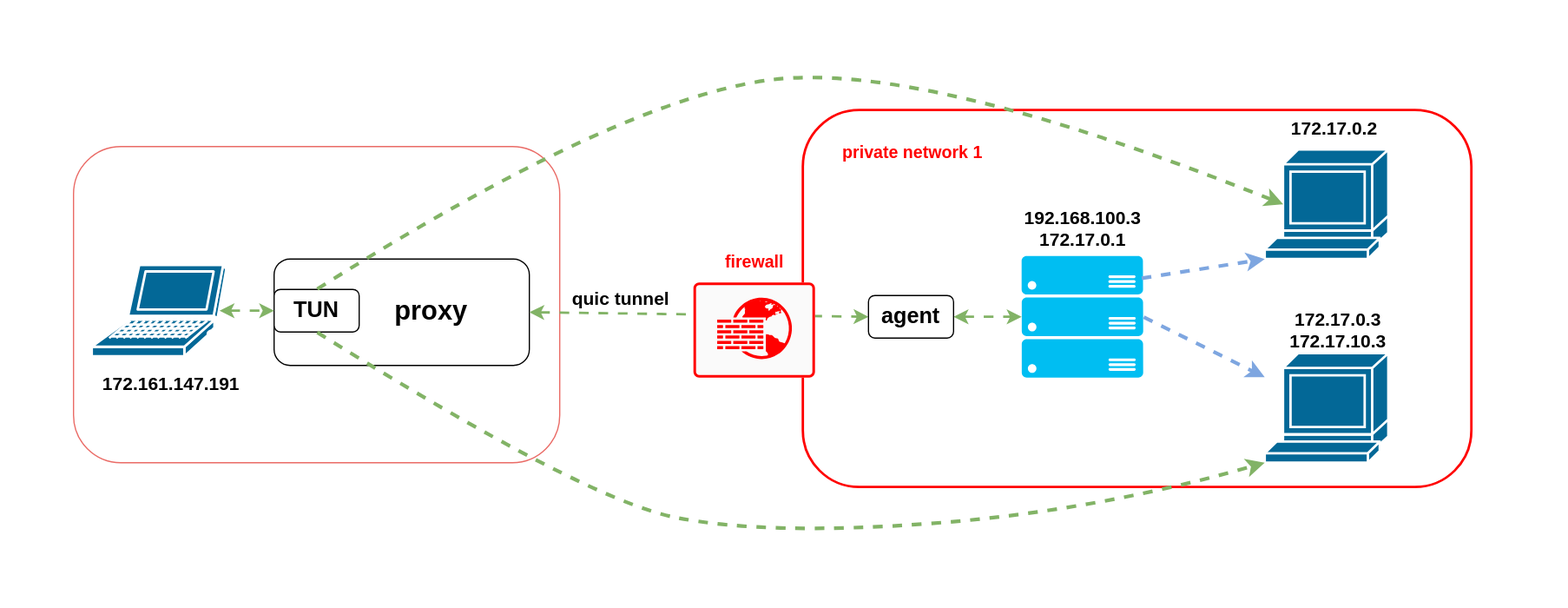
Earlier version of the draw.io export doc/diagram.svg (fr13n8/raido). Source tidied: cells renumbered, new cells last; positions are measured from the earlier drawing's top-left corner, leaving out a move shared by most shapes.
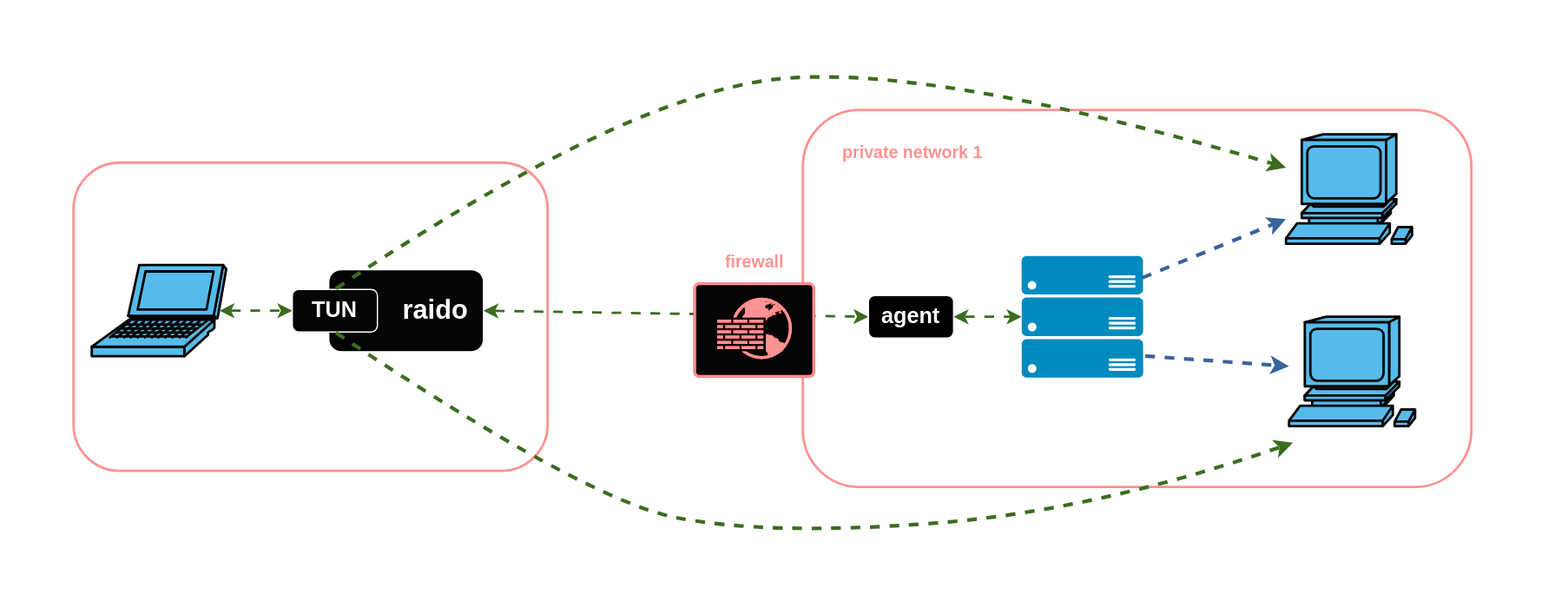
The same file after the commit.

Change to the diagram source:
```diff
@@ -5,8 +5,8 @@
     <mxCell id="2" style="rounded=1;whiteSpace=wrap;html=1;fillColor=none;strokeColor=none;" parent="1" vertex="1">
       <mxGeometry width="1290" height="500" as="geometry" />
     </mxCell>
-    <mxCell id="3" style="rounded=1;whiteSpace=wrap;html=1;fillColor=none;strokeColor=#EA6B66;" parent="1" vertex="1">
-      <mxGeometry x="60" y="120" width="400" height="260" as="geometry" />
+    <mxCell id="3" style="rounded=1;whiteSpace=wrap;html=1;fillColor=none;strokeColor=#FF0000;strokeWidth=2;" parent="1" vertex="1">
+      <mxGeometry x="60" y="133.2" width="390" height="253.5" as="geometry" />
     </mxCell>
     <mxCell id="4" style="rounded=1;whiteSpace=wrap;html=1;fillColor=none;strokeColor=#ff0000;strokeWidth=2;" parent="1" vertex="1">
       <mxGeometry x="660" y="90" width="550" height="310" as="geometry" />
@@ -14,79 +14,79 @@
     <mxCell id="5" style="shape=mxgraph.cisco.computers_and_peripherals.laptop;html=1;dashed=0;fillColor=#036897;strokeColor=#ffffff;strokeWidth=2;verticalLabelPosition=bottom;verticalAlign=top;align=center;outlineConnect=0;" parent="1" vertex="1">
       <mxGeometry x="75" y="217.5" width="110.7" height="75" as="geometry" />
     </mxCell>
-    <mxCell id="6" style="shape=mxgraph.cisco.computers_and_peripherals.terminal;html=1;dashed=0;fillColor=#036897;strokeColor=#ffffff;strokeWidth=2;verticalLabelPosition=bottom;verticalAlign=top;align=center;outlineConnect=0;" parent="1" vertex="1">
-      <mxGeometry x="1040" y="122.5" width="101.7" height="90" as="geometry" />
+    <mxCell id="6" style="verticalLabelPosition=bottom;html=1;verticalAlign=top;align=center;strokeColor=none;fillColor=#00BEF2;shape=mxgraph.azure.server_rack;" parent="1" vertex="1">
+      <mxGeometry x="840" y="210" width="100" height="100" as="geometry" />
     </mxCell>
-    <mxCell id="7" style="verticalLabelPosition=bottom;html=1;verticalAlign=top;align=center;strokeColor=none;fillColor=#00BEF2;shape=mxgraph.azure.server_rack;" parent="1" vertex="1">
-      <mxGeometry x="840" y="210" width="100" height="100" as="geometry" />
+    <mxCell id="7" style="endArrow=classic;startArrow=classic;html=1;rounded=0;entryX=0;entryY=0.5;entryDx=0;entryDy=0;entryPerimeter=0;flowAnimation=1;strokeWidth=2;fillColor=#d5e8d4;strokeColor=#82b366;exitX=1;exitY=0.5;exitDx=0;exitDy=0;" parent="1" edge="1" source="20" target="6">
+      <mxGeometry relative="1" as="geometry" />
     </mxCell>
-    <mxCell id="8" style="endArrow=classic;startArrow=classic;html=1;rounded=0;entryX=0;entryY=0.5;entryDx=0;entryDy=0;entryPerimeter=0;flowAnimation=1;strokeWidth=2;fillColor=#d5e8d4;strokeColor=#82b366;exitX=1;exitY=0.5;exitDx=0;exitDy=0;" parent="1" edge="1" source="22" target="7">
-      <mxGeometry relative="1" as="geometry" />
+    <mxCell id="8" value="&lt;b&gt;&lt;font style=&quot;font-size: 15px;&quot;&gt;quic tunnel&lt;/font&gt;&lt;/b&gt;" style="text;html=1;align=center;verticalAlign=middle;strokeColor=none;fillColor=none;" parent="1" vertex="1">
+      <mxGeometry x="460" y="230" width="100" height="30" as="geometry" />
     </mxCell>
-    <mxCell id="9" style="shape=mxgraph.cisco.computers_and_peripherals.terminal;html=1;dashed=0;fillColor=#036897;strokeColor=#ffffff;strokeWidth=2;verticalLabelPosition=bottom;verticalAlign=top;align=center;outlineConnect=0;" parent="1" vertex="1">
-      <mxGeometry x="1040" y="290" width="101.7" height="90" as="geometry" />
+    <mxCell id="9" value="&lt;span style=&quot;font-size: 22px;&quot;&gt;&lt;b&gt;&lt;span style=&quot;white-space: pre;&quot;&gt;&#9;&lt;/span&gt;raido&lt;/b&gt;&lt;/span&gt;" style="rounded=1;whiteSpace=wrap;html=1;fillColor=#FAFAFA;" parent="1" vertex="1">
+      <mxGeometry x="270" y="221.2" width="127.3" height="67.5" as="geometry" />
     </mxCell>
-    <mxCell id="10" value="&lt;b&gt;&lt;font style=&quot;font-size: 15px;&quot;&gt;quic tunnel&lt;/font&gt;&lt;/b&gt;" style="text;html=1;align=center;verticalAlign=middle;points=[];strokeColor=none;fillColor=none;" parent="1" vertex="1">
-      <mxGeometry x="460" y="230" width="100" height="30" as="geometry" />
+    <mxCell id="10" value="&lt;b&gt;&lt;font style=&quot;font-size: 18px;&quot;&gt;TUN&lt;/font&gt;&lt;/b&gt;" style="rounded=1;whiteSpace=wrap;html=1;fillColor=#FAFAFA;" parent="1" vertex="1">
+      <mxGeometry x="240" y="237.5" width="70" height="35" as="geometry" />
     </mxCell>
-    <mxCell id="11" value="&lt;b&gt;&lt;font style=&quot;font-size: 22px;&quot;&gt;&lt;span style=&quot;white-space: pre;&quot;&gt;&#9;&lt;/span&gt;proxy&lt;/font&gt;&lt;/b&gt;" style="rounded=1;whiteSpace=wrap;html=1;" parent="1" vertex="1">
-      <mxGeometry x="225" y="212.5" width="210" height="87.5" as="geometry" />
+    <mxCell id="11" style="endArrow=classic;startArrow=classic;html=1;rounded=0;entryX=0;entryY=0.5;entryDx=0;entryDy=0;flowAnimation=1;strokeWidth=2;fillColor=#d5e8d4;strokeColor=#82b366;exitX=0.95;exitY=0.5;exitDx=0;exitDy=0;exitPerimeter=0;" parent="1" edge="1" source="5" target="10">
+      <mxGeometry relative="1" as="geometry" />
     </mxCell>
-    <mxCell id="12" value="&lt;b&gt;&lt;font style=&quot;font-size: 18px;&quot;&gt;TUN&lt;/font&gt;&lt;/b&gt;" style="rounded=1;whiteSpace=wrap;html=1;" parent="1" vertex="1">
-      <mxGeometry x="225" y="237.5" width="70" height="35" as="geometry" />
+    <mxCell id="12" style="curved=1;endArrow=classic;html=1;rounded=0;exitX=0.5;exitY=0;exitDx=0;exitDy=0;strokeWidth=3;fillColor=#d5e8d4;strokeColor=#82b366;flowAnimation=1;" parent="1" edge="1" source="10" target="25">
+      <mxGeometry relative="1" as="geometry">
+        <Array as="points">
+          <mxPoint x="510" y="80" />
+          <mxPoint x="760" y="50" />
+        </Array>
+      </mxGeometry>
     </mxCell>
-    <mxCell id="13" style="endArrow=classic;startArrow=classic;html=1;rounded=0;entryX=0;entryY=0.5;entryDx=0;entryDy=0;flowAnimation=1;strokeWidth=2;fillColor=#d5e8d4;strokeColor=#82b366;exitX=0.95;exitY=0.5;exitDx=0;exitDy=0;exitPerimeter=0;" parent="1" edge="1" source="5" target="12">
+    <mxCell id="13" style="endArrow=classic;html=1;rounded=0;strokeWidth=3;fillColor=#d5e8d4;strokeColor=#7EA6E0;flowAnimation=1;exitX=0.982;exitY=0.184;exitDx=0;exitDy=0;exitPerimeter=0;" parent="1" edge="1" source="6" target="25">
       <mxGeometry relative="1" as="geometry" />
     </mxCell>
-    <mxCell id="14" style="curved=1;endArrow=classic;html=1;rounded=0;exitX=0.5;exitY=0;exitDx=0;exitDy=0;strokeWidth=3;fillColor=#d5e8d4;strokeColor=#82b366;flowAnimation=1;entryX=0.15;entryY=0.5;entryDx=0;entryDy=0;entryPerimeter=0;" parent="1" edge="1" source="12" target="6">
-      <mxGeometry relative="1" as="geometry">
-        <Array as="points">
-          <mxPoint x="510" y="80" />
-          <mxPoint x="760" y="50" />
-        </Array>
-      </mxGeometry>
+    <mxCell id="14" style="endArrow=classic;html=1;rounded=0;strokeWidth=3;fillColor=#d5e8d4;strokeColor=#7EA6E0;flowAnimation=1;exitX=1.006;exitY=0.822;exitDx=0;exitDy=0;exitPerimeter=0;" parent="1" edge="1" source="6" target="26">
+      <mxGeometry relative="1" as="geometry" />
     </mxCell>
-    <mxCell id="15" style="endArrow=classic;html=1;rounded=0;strokeWidth=3;fillColor=#d5e8d4;strokeColor=#7EA6E0;flowAnimation=1;exitX=0.982;exitY=0.184;exitDx=0;exitDy=0;exitPerimeter=0;entryX=0;entryY=1;entryDx=0;entryDy=0;entryPerimeter=0;" parent="1" edge="1" source="7" target="6">
-      <mxGeometry relative="1" as="geometry" />
+    <mxCell id="15" value="&lt;b&gt;&lt;font color=&quot;#ff0000&quot; style=&quot;font-size: 14px;&quot;&gt;private network 1&lt;/font&gt;&lt;/b&gt;" style="text;html=1;align=center;verticalAlign=middle;strokeColor=none;fillColor=none;" parent="1" vertex="1">
+      <mxGeometry x="680" y="110" width="140" height="30" as="geometry" />
     </mxCell>
-    <mxCell id="16" style="endArrow=classic;html=1;rounded=0;strokeWidth=3;fillColor=#d5e8d4;strokeColor=#7EA6E0;flowAnimation=1;exitX=1;exitY=0.5;exitDx=0;exitDy=0;exitPerimeter=0;" parent="1" edge="1" source="7" target="9">
-      <mxGeometry relative="1" as="geometry" />
+    <mxCell id="16" value="&lt;b&gt;&lt;font color=&quot;#ff0000&quot; style=&quot;font-size: 14px;&quot;&gt;firewall&lt;/font&gt;&lt;/b&gt;" style="text;html=1;align=center;verticalAlign=middle;strokeColor=none;fillColor=none;" parent="1" vertex="1">
+      <mxGeometry x="585" y="200" width="70" height="30" as="geometry" />
     </mxCell>
-    <mxCell id="17" value="&lt;b&gt;&lt;font color=&quot;#ff0000&quot; style=&quot;font-size: 14px;&quot;&gt;private network 1&lt;/font&gt;&lt;/b&gt;" style="text;html=1;align=center;verticalAlign=middle;strokeColor=none;fillColor=none;" parent="1" vertex="1">
-      <mxGeometry x="680" y="110" width="140" height="30" as="geometry" />
+    <mxCell id="17" style="curved=1;endArrow=classic;html=1;rounded=0;exitX=0.5;exitY=1;exitDx=0;exitDy=0;entryX=0.008;entryY=0.452;entryDx=0;entryDy=0;entryPerimeter=0;strokeWidth=3;fillColor=#d5e8d4;strokeColor=#82b366;flowAnimation=1;" parent="1" edge="1" source="10" target="23">
+      <mxGeometry relative="1" as="geometry">
+        <Array as="points">
+          <mxPoint x="480" y="410" />
+          <mxPoint x="630" y="440" />
+          <mxPoint x="900" y="420" />
+        </Array>
+      </mxGeometry>
     </mxCell>
-    <mxCell id="18" value="&lt;b&gt;&lt;font color=&quot;#ff0000&quot; style=&quot;font-size: 14px;&quot;&gt;firewall&lt;/font&gt;&lt;/b&gt;" style="text;html=1;align=center;verticalAlign=middle;strokeColor=none;fillColor=none;" parent="1" vertex="1">
-      <mxGeometry x="585" y="200" width="70" height="30" as="geometry" />
+    <mxCell id="18" style="endArrow=classic;startArrow=classic;html=1;rounded=0;entryX=0;entryY=0.5;entryDx=0;entryDy=0;entryPerimeter=0;flowAnimation=1;strokeWidth=2;fillColor=#d5e8d4;strokeColor=#82b366;exitX=1;exitY=0.5;exitDx=0;exitDy=0;" parent="1" edge="1" source="9" target="20">
+      <mxGeometry relative="1" as="geometry" />
     </mxCell>
-    <mxCell id="19" style="curved=1;endArrow=classic;html=1;rounded=0;exitX=0.5;exitY=1;exitDx=0;exitDy=0;entryX=0;entryY=1;entryDx=0;entryDy=0;entryPerimeter=0;strokeWidth=3;fillColor=#d5e8d4;strokeColor=#82b366;flowAnimation=1;" parent="1" edge="1" source="12" target="9">
-      <mxGeometry relative="1" as="geometry">
-        <Array as="points">
-          <mxPoint x="480" y="410" />
-          <mxPoint x="630" y="440" />
-          <mxPoint x="900" y="420" />
-        </Array>
-      </mxGeometry>
+    <mxCell id="19" style="sketch=0;verticalLabelPosition=bottom;html=1;verticalAlign=top;align=center;shape=mxgraph.cisco19.rect;prIcon=web_application_firewall;fillColor=#FAFAFA;strokeColor=#ff0000;" parent="1" vertex="1">
+      <mxGeometry x="570" y="231.9" width="100" height="78.1" as="geometry" />
     </mxCell>
-    <mxCell id="20" style="endArrow=classic;startArrow=classic;html=1;rounded=0;entryX=0;entryY=0.5;entryDx=0;entryDy=0;entryPerimeter=0;flowAnimation=1;strokeWidth=2;fillColor=#d5e8d4;strokeColor=#82b366;exitX=1;exitY=0.5;exitDx=0;exitDy=0;" parent="1" edge="1" source="11" target="22">
-      <mxGeometry relative="1" as="geometry" />
+    <mxCell id="20" value="&lt;b&gt;&lt;font style=&quot;font-size: 18px;&quot;&gt;agent&lt;/font&gt;&lt;/b&gt;" style="rounded=1;whiteSpace=wrap;html=1;" parent="1" vertex="1">
+      <mxGeometry x="714" y="242.5" width="70" height="35" as="geometry" />
     </mxCell>
-    <mxCell id="21" style="sketch=0;verticalLabelPosition=bottom;html=1;verticalAlign=top;align=center;shape=mxgraph.cisco19.rect;prIcon=web_application_firewall;fillColor=#FAFAFA;strokeColor=#ff0000;" parent="1" vertex="1">
-      <mxGeometry x="570" y="231.9" width="100" height="78.1" as="geometry" />
+    <mxCell id="21" value="&lt;b style=&quot;font-size: 15px;&quot;&gt;&lt;font style=&quot;font-size: 15px;&quot;&gt;192.168.100.3&lt;/font&gt;&lt;/b&gt;&lt;div&gt;&lt;font style=&quot;&quot;&gt;&lt;span style=&quot;font-size: 15px;&quot;&gt;&lt;b&gt;172.17.0.1&lt;/b&gt;&lt;/span&gt;&lt;br&gt;&lt;/font&gt;&lt;/div&gt;" style="text;html=1;align=center;verticalAlign=middle;strokeColor=none;fillColor=none;" parent="1" vertex="1">
+      <mxGeometry x="830" y="162.5" width="120" height="50" as="geometry" />
     </mxCell>
-    <mxCell id="22" value="&lt;b&gt;&lt;font style=&quot;font-size: 18px;&quot;&gt;agent&lt;/font&gt;&lt;/b&gt;" style="rounded=1;whiteSpace=wrap;html=1;" parent="1" vertex="1">
-      <mxGeometry x="714" y="242.5" width="70" height="35" as="geometry" />
+    <mxCell id="22" value="&lt;div&gt;&lt;font style=&quot;&quot;&gt;&lt;span style=&quot;font-size: 15px;&quot;&gt;&lt;b&gt;172.161.147.191&lt;/b&gt;&lt;/span&gt;&lt;br&gt;&lt;/font&gt;&lt;/div&gt;" style="text;html=1;align=center;verticalAlign=middle;points=[];strokeColor=none;fillColor=none;" parent="1" vertex="1">
+      <mxGeometry x="70" y="300" width="140" height="30" as="geometry" />
     </mxCell>
-    <mxCell id="23" value="&lt;b style=&quot;font-size: 15px;&quot;&gt;&lt;font style=&quot;font-size: 15px;&quot;&gt;192.168.100.3&lt;/font&gt;&lt;/b&gt;&lt;div&gt;&lt;font style=&quot;&quot;&gt;&lt;span style=&quot;font-size: 15px;&quot;&gt;&lt;b&gt;172.17.0.1&lt;/b&gt;&lt;/span&gt;&lt;br&gt;&lt;/font&gt;&lt;/div&gt;" style="text;html=1;align=center;verticalAlign=middle;points=[];strokeColor=none;fillColor=none;" parent="1" vertex="1">
-      <mxGeometry x="830" y="162.5" width="120" height="50" as="geometry" />
+    <mxCell id="23" value="&lt;div&gt;&lt;font style=&quot;&quot;&gt;&lt;span style=&quot;font-size: 15px;&quot;&gt;&lt;b&gt;172.17.0.3&lt;/b&gt;&lt;/span&gt;&lt;br&gt;&lt;/font&gt;&lt;/div&gt;" style="text;html=1;align=center;verticalAlign=middle;points=[];strokeColor=none;fillColor=none;" parent="1" vertex="1">
+      <mxGeometry x="1062.5" y="350" width="90" height="30" as="geometry" />
     </mxCell>
-    <mxCell id="24" value="&lt;div&gt;&lt;font style=&quot;&quot;&gt;&lt;span style=&quot;font-size: 15px;&quot;&gt;&lt;b&gt;172.161.147.191&lt;/b&gt;&lt;/span&gt;&lt;br&gt;&lt;/font&gt;&lt;/div&gt;" style="text;html=1;align=center;verticalAlign=middle;strokeColor=none;fillColor=none;" parent="1" vertex="1">
-      <mxGeometry x="70" y="300" width="140" height="30" as="geometry" />
+    <mxCell id="24" value="&lt;div&gt;&lt;font style=&quot;&quot;&gt;&lt;span style=&quot;font-size: 15px;&quot;&gt;&lt;b&gt;172.17.0.2&lt;/b&gt;&lt;/span&gt;&lt;br&gt;&lt;/font&gt;&lt;/div&gt;" style="text;html=1;align=center;verticalAlign=middle;strokeColor=none;fillColor=none;" parent="1" vertex="1">
+      <mxGeometry x="1060" y="200" width="90" height="30" as="geometry" />
     </mxCell>
-    <mxCell id="25" value="&lt;div&gt;&lt;font style=&quot;&quot;&gt;&lt;span style=&quot;font-size: 15px;&quot;&gt;&lt;b&gt;172.17.0.3&lt;br&gt;&lt;/b&gt;&lt;/span&gt;&lt;b style=&quot;font-size: 15px;&quot;&gt;172.17.10.3&lt;/b&gt;&lt;br&gt;&lt;/font&gt;&lt;/div&gt;" style="text;html=1;align=center;verticalAlign=middle;points=[];strokeColor=none;fillColor=none;" parent="1" vertex="1">
-      <mxGeometry x="1050" y="245.9" width="100" height="50" as="geometry" />
+    <mxCell id="25" style="shape=mxgraph.cisco.computers_and_peripherals.workstation;html=1;dashed=0;fillColor=#036897;strokeColor=#ffffff;strokeWidth=2;verticalLabelPosition=bottom;verticalAlign=top;align=center;outlineConnect=0;" parent="1" vertex="1">
+      <mxGeometry x="1057.5" y="110" width="120.5" height="90" as="geometry" />
     </mxCell>
-    <mxCell id="26" value="&lt;div&gt;&lt;font style=&quot;&quot;&gt;&lt;span style=&quot;font-size: 15px;&quot;&gt;&lt;b&gt;172.17.0.2&lt;/b&gt;&lt;/span&gt;&lt;br&gt;&lt;/font&gt;&lt;/div&gt;" style="text;html=1;align=center;verticalAlign=middle;points=[];strokeColor=none;fillColor=none;" parent="1" vertex="1">
-      <mxGeometry x="1051.7" y="90" width="90" height="30" as="geometry" />
+    <mxCell id="26" style="shape=mxgraph.cisco.computers_and_peripherals.workstation;html=1;dashed=0;fillColor=#036897;strokeColor=#ffffff;strokeWidth=2;verticalLabelPosition=bottom;verticalAlign=top;align=center;outlineConnect=0;" parent="1" vertex="1">
+      <mxGeometry x="1060" y="260" width="120.5" height="90" as="geometry" />
     </mxCell>
   </root>
 </mxGraphModel>
```
